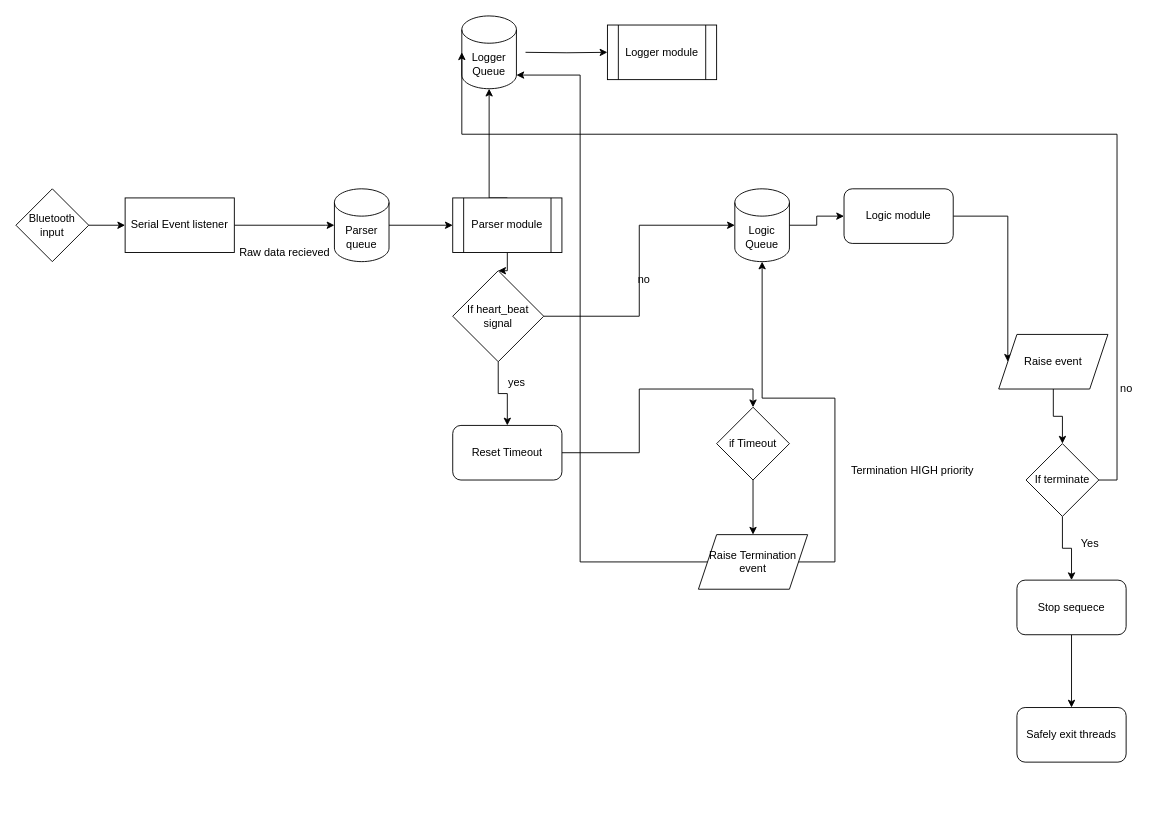
Before: Untitled Diagram.drawio in arjun1299/PancreasGUI, a draw.io diagram. Source tidied: cells renumbered, new cells numbered last; positions are measured from the earlier drawing's top-left corner, leaving out a move shared by most shapes. Both pictures are drawn from the tidied source at 91%, with x=0, y=0 at pixel (15, 15).
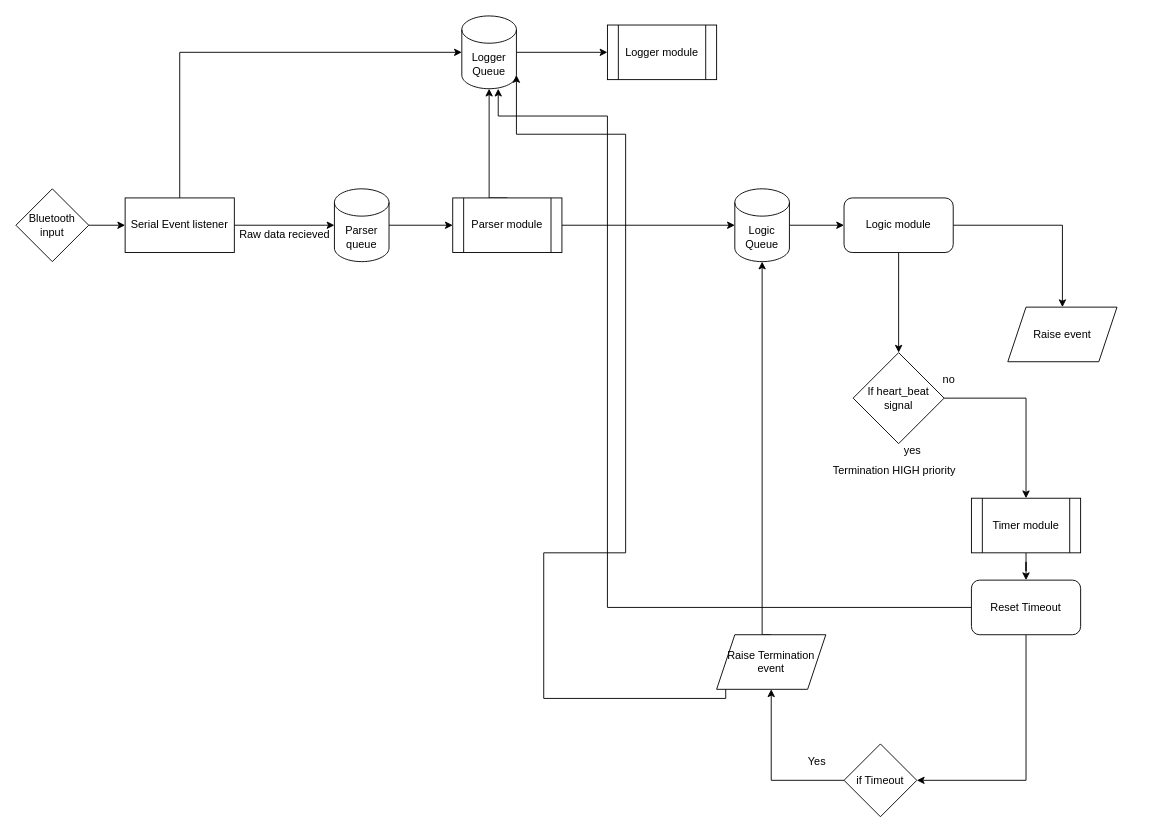
The same page after the edit.

The change refers to these unchanged cells:
```xml
<mxCell id="2" value="Logger module" style="shape=process;whiteSpace=wrap;html=1;backgroundOutline=1;" parent="1" vertex="1">
  <mxGeometry x="650" y="10" width="120" height="60" as="geometry" />
</mxCell>
<mxCell id="5" value="Parser module" style="shape=process;whiteSpace=wrap;html=1;backgroundOutline=1;" parent="1" vertex="1">
  <mxGeometry x="480" y="200" width="120" height="60" as="geometry" />
</mxCell>
<mxCell id="10" value="Serial Event listener" style="rounded=0;whiteSpace=wrap;html=1;" parent="1" vertex="1">
  <mxGeometry x="120" y="200" width="120" height="60" as="geometry" />
</mxCell>
<mxCell id="14" value="Logger Queue" style="shape=cylinder3;whiteSpace=wrap;html=1;boundedLbl=1;backgroundOutline=1;size=15;" parent="1" vertex="1">
  <mxGeometry x="490" width="60" height="80" as="geometry" />
</mxCell>
<mxCell id="16" value="Logic Queue" style="shape=cylinder3;whiteSpace=wrap;html=1;boundedLbl=1;backgroundOutline=1;size=15;" parent="1" vertex="1">
  <mxGeometry x="790" y="190" width="60" height="80" as="geometry" />
</mxCell>
```

Change to the diagram source:
```diff
@@
-    <mxCell id="4" style="edgeStyle=orthogonalEdgeStyle;rounded=0;jettySize=auto;html=1;" parent="1" edge="1" source="5" target="25">
-      <mxGeometry relative="1" as="geometry" />
-    </mxCell>
+    <mxCell id="42" style="edgeStyle=orthogonalEdgeStyle;rounded=0;jettySize=auto;html=1;exitX=1;exitY=0.5;exitDx=0;exitDy=0;" parent="1" edge="1" source="5" target="16">
+      <mxGeometry relative="1" as="geometry" />
+    </mxCell>
@@
-    <mxCell id="6" style="edgeStyle=orthogonalEdgeStyle;rounded=0;jettySize=auto;html=1;exitX=1;exitY=0.5;exitDx=0;exitDy=0;" parent="1" edge="1" target="2">
-      <mxGeometry relative="1" as="geometry">
-        <mxPoint x="560" y="40" as="sourcePoint" />
-      </mxGeometry>
+    <mxCell id="6" style="edgeStyle=orthogonalEdgeStyle;rounded=0;jettySize=auto;html=1;exitX=1;exitY=0.5;exitDx=0;exitDy=0;exitPerimeter=0;" parent="1" edge="1" source="14" target="2">
+      <mxGeometry relative="1" as="geometry" />
     </mxCell>
@@
+    <mxCell id="43" style="edgeStyle=orthogonalEdgeStyle;rounded=0;jettySize=auto;html=1;exitX=0.5;exitY=0;exitDx=0;exitDy=0;entryX=0;entryY=0.5;entryDx=0;entryDy=0;entryPerimeter=0;" parent="1" edge="1" source="10" target="14">
+      <mxGeometry relative="1" as="geometry" />
+    </mxCell>
@@
     <mxCell id="11" value="Raw data recieved" style="text;html=1;align=center;verticalAlign=middle;" parent="1" vertex="1">
-      <mxGeometry x="240" y="250" width="110" height="20" as="geometry" />
+      <mxGeometry x="240" y="230" width="110" height="20" as="geometry" />
     </mxCell>
@@
-    <mxCell id="17" style="edgeStyle=orthogonalEdgeStyle;rounded=0;jettySize=auto;html=1;exitX=1;exitY=0.5;exitDx=0;exitDy=0;entryX=0;entryY=0.5;entryDx=0;entryDy=0;" parent="1" edge="1" source="18" target="20">
+    <mxCell id="17" style="edgeStyle=orthogonalEdgeStyle;rounded=0;jettySize=auto;html=1;exitX=1;exitY=0.5;exitDx=0;exitDy=0;" parent="1" edge="1" source="18" target="20">
       <mxGeometry relative="1" as="geometry" />
     </mxCell>
+    <mxCell id="44" style="edgeStyle=orthogonalEdgeStyle;rounded=0;jettySize=auto;html=1;exitX=0.5;exitY=1;exitDx=0;exitDy=0;" parent="1" edge="1" source="18" target="25">
+      <mxGeometry relative="1" as="geometry" />
+    </mxCell>
     <mxCell id="18" value="Logic module" style="rounded=1;whiteSpace=wrap;html=1;" parent="1" vertex="1">
-      <mxGeometry x="910" y="190" width="120" height="60" as="geometry" />
+      <mxGeometry x="910" y="200" width="120" height="60" as="geometry" />
     </mxCell>
-    <mxCell id="19" style="edgeStyle=orthogonalEdgeStyle;rounded=0;jettySize=auto;html=1;" parent="1" edge="1" source="20" target="36">
-      <mxGeometry relative="1" as="geometry" />
-    </mxCell>
     <mxCell id="20" value="Raise event" style="shape=parallelogram;perimeter=parallelogramPerimeter;whiteSpace=wrap;html=1;fixedSize=1;" parent="1" vertex="1">
-      <mxGeometry x="1080" y="350" width="120" height="60" as="geometry" />
+      <mxGeometry x="1090" y="320" width="120" height="60" as="geometry" />
     </mxCell>
-    <mxCell id="21" style="edgeStyle=orthogonalEdgeStyle;rounded=0;jettySize=auto;html=1;exitX=1;exitY=0.5;exitDx=0;exitDy=0;entryX=0.5;entryY=0;entryDx=0;entryDy=0;" parent="1" edge="1" source="22" target="29">
+    <mxCell id="21" style="edgeStyle=orthogonalEdgeStyle;rounded=0;jettySize=auto;html=1;exitX=0.5;exitY=1;exitDx=0;exitDy=0;entryX=1;entryY=0.5;entryDx=0;entryDy=0;" parent="1" edge="1" source="22" target="29">
       <mxGeometry relative="1" as="geometry" />
     </mxCell>
-    <mxCell id="22" value="Reset Timeout" style="rounded=1;whiteSpace=wrap;html=1;" parent="1" vertex="1">
-      <mxGeometry x="480" y="450" width="120" height="60" as="geometry" />
-    </mxCell>
+    <mxCell id="45" style="edgeStyle=orthogonalEdgeStyle;rounded=0;jettySize=auto;html=1;exitX=0;exitY=0.5;exitDx=0;exitDy=0;" parent="1" edge="1" source="22" target="14">
+      <mxGeometry relative="1" as="geometry">
+        <Array as="points">
+          <mxPoint x="650" y="650" />
+          <mxPoint x="650" y="110" />
+          <mxPoint x="530" y="110" />
+        </Array>
+      </mxGeometry>
+    </mxCell>
-    <mxCell id="23" style="edgeStyle=orthogonalEdgeStyle;rounded=0;jettySize=auto;html=1;" parent="1" edge="1" source="25" target="22">
+    <mxCell id="23" style="edgeStyle=orthogonalEdgeStyle;rounded=0;jettySize=auto;html=1;" parent="1" edge="1" source="25" target="47">
       <mxGeometry relative="1" as="geometry" />
     </mxCell>
-    <mxCell id="24" style="edgeStyle=orthogonalEdgeStyle;rounded=0;jettySize=auto;html=1;exitX=1;exitY=0.5;exitDx=0;exitDy=0;entryX=0;entryY=0.5;entryDx=0;entryDy=0;entryPerimeter=0;" parent="1" edge="1" source="25" target="16">
-      <mxGeometry relative="1" as="geometry" />
-    </mxCell>
     <mxCell id="25" value="If heart_beat signal" style="rhombus;whiteSpace=wrap;html=1;" parent="1" vertex="1">
-      <mxGeometry x="480" y="280" width="100" height="100" as="geometry" />
+      <mxGeometry x="920" y="370" width="100" height="100" as="geometry" />
     </mxCell>
     <mxCell id="26" value="&lt;div&gt;yes&lt;/div&gt;&lt;div&gt;&lt;br&gt;&lt;/div&gt;" style="text;html=1;align=center;verticalAlign=middle;" parent="1" vertex="1">
-      <mxGeometry x="535" y="395" width="30" height="30" as="geometry" />
+      <mxGeometry x="970" y="470" width="30" height="30" as="geometry" />
     </mxCell>
     <mxCell id="27" value="no" style="text;html=1;align=center;verticalAlign=middle;" parent="1" vertex="1">
-      <mxGeometry x="675" y="280" width="30" height="20" as="geometry" />
+      <mxGeometry x="1010" y="390" width="30" height="20" as="geometry" />
     </mxCell>
@@
     <mxCell id="29" value="if Timeout" style="rhombus;whiteSpace=wrap;html=1;" parent="1" vertex="1">
-      <mxGeometry x="770" y="430" width="80" height="80" as="geometry" />
+      <mxGeometry x="910" y="800" width="80" height="80" as="geometry" />
     </mxCell>
-    <mxCell id="30" style="edgeStyle=orthogonalEdgeStyle;rounded=0;jettySize=auto;html=1;exitX=0;exitY=0.5;exitDx=0;exitDy=0;entryX=0.5;entryY=1;entryDx=0;entryDy=0;entryPerimeter=0;" parent="1" edge="1" source="32" target="16">
+    <mxCell id="30" style="edgeStyle=orthogonalEdgeStyle;rounded=0;jettySize=auto;html=1;exitX=0.5;exitY=0;exitDx=0;exitDy=0;entryX=0.5;entryY=1;entryDx=0;entryDy=0;entryPerimeter=0;" parent="1" edge="1" source="32" target="16">
       <mxGeometry relative="1" as="geometry">
         <Array as="points">
-          <mxPoint x="900" y="600" />
-          <mxPoint x="900" y="420" />
-          <mxPoint x="820" y="420" />
+          <mxPoint x="820" y="680" />
         </Array>
       </mxGeometry>
     </mxCell>
     <mxCell id="31" style="edgeStyle=orthogonalEdgeStyle;rounded=0;jettySize=auto;html=1;exitX=0;exitY=0.5;exitDx=0;exitDy=0;entryX=1;entryY=1;entryDx=0;entryDy=-15;entryPerimeter=0;" parent="1" edge="1" source="32" target="14">
       <mxGeometry relative="1" as="geometry">
         <Array as="points">
-          <mxPoint x="620" y="600" />
-          <mxPoint x="620" y="65" />
+          <mxPoint x="580" y="750" />
+          <mxPoint x="580" y="590" />
+          <mxPoint x="670" y="590" />
+          <mxPoint x="670" y="130" />
+          <mxPoint x="550" y="130" />
         </Array>
       </mxGeometry>
     </mxCell>
     <mxCell id="32" value="Raise Termination event" style="shape=parallelogram;perimeter=parallelogramPerimeter;whiteSpace=wrap;html=1;fixedSize=1;" parent="1" vertex="1">
-      <mxGeometry x="750" y="570" width="120" height="60" as="geometry" />
+      <mxGeometry x="770" y="680" width="120" height="60" as="geometry" />
     </mxCell>
     <mxCell id="33" value="Termination HIGH priority" style="text;html=1;align=center;verticalAlign=middle;" parent="1" vertex="1">
-      <mxGeometry x="910" y="490" width="150" height="20" as="geometry" />
+      <mxGeometry x="890" y="490" width="150" height="20" as="geometry" />
     </mxCell>
-    <mxCell id="34" style="edgeStyle=orthogonalEdgeStyle;rounded=0;jettySize=auto;html=1;" parent="1" edge="1" source="36" target="38">
-      <mxGeometry relative="1" as="geometry" />
-    </mxCell>
-    <mxCell id="35" style="edgeStyle=orthogonalEdgeStyle;rounded=0;jettySize=auto;html=1;exitX=1;exitY=0.5;exitDx=0;exitDy=0;entryX=0;entryY=0.5;entryDx=0;entryDy=0;entryPerimeter=0;" parent="1" edge="1" source="36" target="14">
-      <mxGeometry relative="1" as="geometry">
-        <Array as="points">
-          <mxPoint x="1210" y="510" />
-          <mxPoint x="1210" y="130" />
-          <mxPoint x="490" y="130" />
-        </Array>
-      </mxGeometry>
-    </mxCell>
-    <mxCell id="36" value="If terminate" style="rhombus;whiteSpace=wrap;html=1;" parent="1" vertex="1">
-      <mxGeometry x="1110" y="470" width="80" height="80" as="geometry" />
-    </mxCell>
-    <mxCell id="37" style="edgeStyle=orthogonalEdgeStyle;rounded=0;jettySize=auto;html=1;" parent="1" edge="1" source="38" target="41">
-      <mxGeometry relative="1" as="geometry" />
-    </mxCell>
-    <mxCell id="38" value="Stop sequece" style="rounded=1;whiteSpace=wrap;html=1;" parent="1" vertex="1">
-      <mxGeometry x="1100" y="620" width="120" height="60" as="geometry" />
-    </mxCell>
-    <mxCell id="39" value="no" style="text;html=1;align=center;verticalAlign=middle;" parent="1" vertex="1">
-      <mxGeometry x="1205" y="400" width="30" height="20" as="geometry" />
-    </mxCell>
     <mxCell id="40" value="Yes" style="text;html=1;align=center;verticalAlign=middle;" parent="1" vertex="1">
-      <mxGeometry x="1160" y="570" width="40" height="20" as="geometry" />
+      <mxGeometry x="860" y="810" width="40" height="20" as="geometry" />
     </mxCell>
-    <mxCell id="41" value="Safely exit threads" style="rounded=1;whiteSpace=wrap;html=1;" parent="1" vertex="1">
-      <mxGeometry x="1100" y="760" width="120" height="60" as="geometry" />
-    </mxCell>
+    <mxCell id="46" style="edgeStyle=orthogonalEdgeStyle;rounded=0;jettySize=auto;html=1;exitX=0.5;exitY=1;exitDx=0;exitDy=0;" parent="1" edge="1" source="47" target="22">
+      <mxGeometry relative="1" as="geometry" />
+    </mxCell>
+    <mxCell id="47" value="Timer module" style="shape=process;whiteSpace=wrap;html=1;backgroundOutline=1;" parent="1" vertex="1">
+      <mxGeometry x="1050" y="530" width="120" height="60" as="geometry" />
+    </mxCell>
+    <mxCell id="22" value="Reset Timeout" style="rounded=1;whiteSpace=wrap;html=1;" parent="1" vertex="1">
+      <mxGeometry x="1050" y="620" width="120" height="60" as="geometry" />
+    </mxCell>
```
